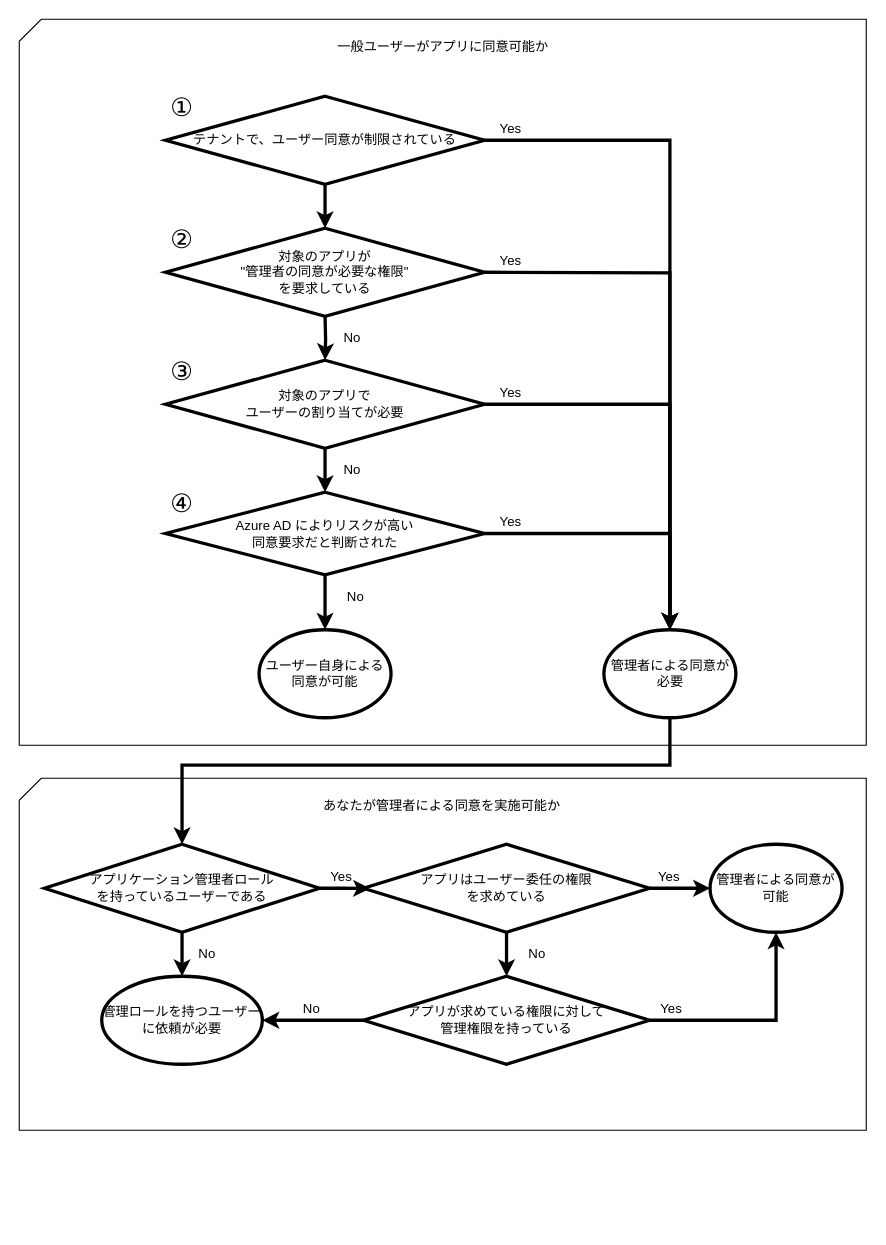
Before: azure-active-directory/azure-ad-consent-framework/troubleshoot.drawio in kayuuji/blog, a draw.io diagram. Source tidied: cells renumbered, new cells numbered last; positions are measured from the earlier drawing's top-left corner, leaving out a move shared by most shapes. Both pictures are drawn from the tidied source at 110%, with x=0, y=0 at pixel (19, 19).
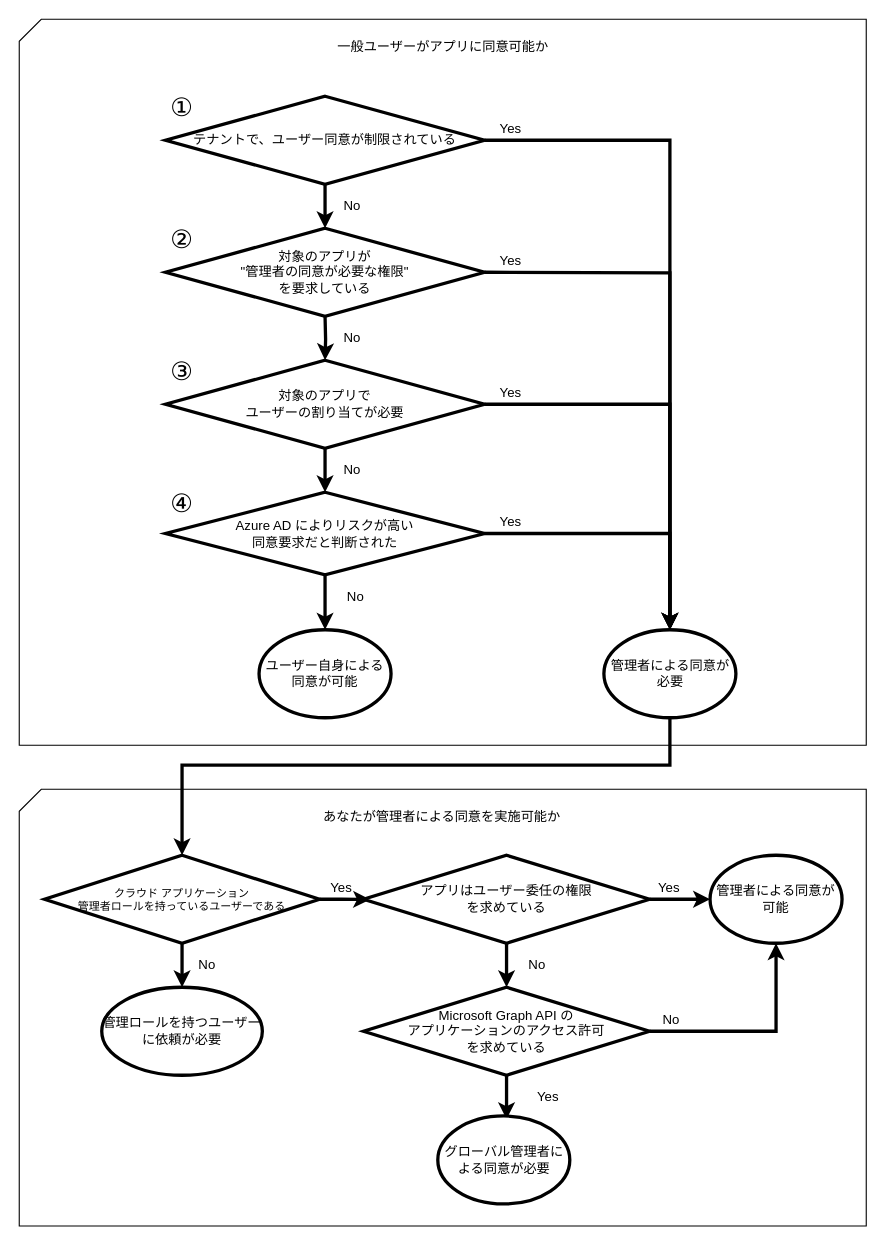
After the change.

Diff of the diagram source:
```diff
@@
     <mxCell id="3" style="verticalLabelPosition=bottom;verticalAlign=top;html=1;shape=card;whiteSpace=wrap;size=20;arcSize=12;fontSize=12;" parent="1" vertex="1">
-      <mxGeometry y="690" width="770" height="320" as="geometry" />
+      <mxGeometry y="700" width="770" height="397" as="geometry" />
     </mxCell>
@@
-    <mxCell id="17" value="アプリケーション管理者ロール&lt;br style=&quot;font-size: 12px&quot;&gt;を持っているユーザーである" style="rhombus;whiteSpace=wrap;html=1;strokeWidth=3;fontStyle=0;fontSize=12;" parent="1" vertex="1">
-      <mxGeometry x="23" y="750" width="250" height="80" as="geometry" />
+    <mxCell id="17" value="クラウド アプリケーション&lt;br&gt;管理者ロールを持っているユーザーである" style="rhombus;whiteSpace=wrap;html=1;strokeWidth=3;fontStyle=0;fontSize=10;" parent="1" vertex="1">
+      <mxGeometry x="23" y="760" width="250" height="80" as="geometry" />
     </mxCell>
     <mxCell id="18" value="管理者による同意が可能" style="ellipse;whiteSpace=wrap;html=1;strokeWidth=3;fontStyle=0;fontSize=12;" parent="1" vertex="1">
-      <mxGeometry x="628" y="750" width="120" height="80" as="geometry" />
+      <mxGeometry x="628" y="760" width="120" height="80" as="geometry" />
     </mxCell>
@@
-    <mxCell id="20" style="edgeStyle=orthogonalEdgeStyle;rounded=0;jettySize=auto;html=1;strokeWidth=3;fontStyle=0;fontSize=12;" parent="1" edge="1" source="21" target="25">
-      <mxGeometry relative="1" as="geometry" />
-    </mxCell>
-    <mxCell id="21" value="アプリが求めている権限に対して&lt;br style=&quot;font-size: 12px;&quot;&gt;管理権限を持っている" style="rhombus;whiteSpace=wrap;html=1;strokeWidth=3;fontStyle=0;fontSize=12;" parent="1" vertex="1">
-      <mxGeometry x="313" y="870" width="260" height="80" as="geometry" />
+    <mxCell id="21" value="Microsoft Graph API の&lt;br&gt;アプリケーションのアクセス許可&lt;br&gt;を求めている" style="rhombus;whiteSpace=wrap;html=1;strokeWidth=3;fontStyle=0;fontSize=12;" parent="1" vertex="1">
+      <mxGeometry x="313" y="880" width="260" height="80" as="geometry" />
     </mxCell>
@@
     <mxCell id="24" value="アプリはユーザー委任の権限&lt;br&gt;を求めている" style="rhombus;whiteSpace=wrap;html=1;strokeWidth=3;fontStyle=0;fontSize=12;" parent="1" vertex="1">
-      <mxGeometry x="313" y="750" width="260" height="80" as="geometry" />
+      <mxGeometry x="313" y="760" width="260" height="80" as="geometry" />
     </mxCell>
     <mxCell id="25" value="管理ロールを持つユーザーに依頼が必要" style="ellipse;whiteSpace=wrap;html=1;strokeWidth=3;fontStyle=0;fontSize=12;" parent="1" vertex="1">
-      <mxGeometry x="75" y="870" width="146" height="80" as="geometry" />
+      <mxGeometry x="75" y="880" width="146" height="80" as="geometry" />
     </mxCell>
     <mxCell id="26" value="Yes" style="text;html=1;strokeColor=none;fillColor=none;align=center;verticalAlign=middle;whiteSpace=wrap;rounded=0;strokeWidth=3;fontStyle=0;fontSize=12;" parent="1" vertex="1">
-      <mxGeometry x="273" y="770" width="40" height="20" as="geometry" />
+      <mxGeometry x="273" y="780" width="40" height="20" as="geometry" />
     </mxCell>
     <mxCell id="27" value="Yes" style="text;html=1;strokeColor=none;fillColor=none;align=center;verticalAlign=middle;whiteSpace=wrap;rounded=0;strokeWidth=3;fontStyle=0;fontSize=12;" parent="1" vertex="1">
-      <mxGeometry x="570.5" y="770" width="40" height="20" as="geometry" />
+      <mxGeometry x="570.5" y="780" width="40" height="20" as="geometry" />
     </mxCell>
     <mxCell id="28" value="No" style="text;html=1;strokeColor=none;fillColor=none;align=center;verticalAlign=middle;whiteSpace=wrap;rounded=0;strokeWidth=3;fontStyle=0;fontSize=12;" parent="1" vertex="1">
-      <mxGeometry x="450.5" y="840" width="40" height="20" as="geometry" />
+      <mxGeometry x="450.5" y="850" width="40" height="20" as="geometry" />
     </mxCell>
-    <mxCell id="29" value="Yes" style="text;html=1;strokeColor=none;fillColor=none;align=center;verticalAlign=middle;whiteSpace=wrap;rounded=0;strokeWidth=3;fontStyle=0;fontSize=12;" parent="1" vertex="1">
-      <mxGeometry x="573" y="890" width="40" height="20" as="geometry" />
+    <mxCell id="29" value="No" style="text;html=1;strokeColor=none;fillColor=none;align=center;verticalAlign=middle;whiteSpace=wrap;rounded=0;strokeWidth=3;fontStyle=0;fontSize=12;" parent="1" vertex="1">
+      <mxGeometry x="573" y="900" width="40" height="20" as="geometry" />
     </mxCell>
-    <mxCell id="30" value="No" style="text;html=1;strokeColor=none;fillColor=none;align=center;verticalAlign=middle;whiteSpace=wrap;rounded=0;strokeWidth=3;fontStyle=0;fontSize=12;" parent="1" vertex="1">
-      <mxGeometry x="245.5" y="890" width="40" height="20" as="geometry" />
-    </mxCell>
     <mxCell id="31" value="No" style="text;html=1;strokeColor=none;fillColor=none;align=center;verticalAlign=middle;whiteSpace=wrap;rounded=0;strokeWidth=3;fontStyle=0;fontSize=12;" parent="1" vertex="1">
-      <mxGeometry x="150.5" y="840" width="40" height="20" as="geometry" />
+      <mxGeometry x="150.5" y="850" width="40" height="20" as="geometry" />
     </mxCell>
@@
     <mxCell id="48" value="あなたが管理者による同意を実施可能か" style="text;html=1;strokeColor=none;fillColor=none;align=center;verticalAlign=middle;whiteSpace=wrap;rounded=0;fontSize=12;" parent="1" vertex="1">
-      <mxGeometry x="236.5" y="690" width="295" height="50" as="geometry" />
+      <mxGeometry x="236.5" y="700" width="295" height="50" as="geometry" />
     </mxCell>
@@
+    <mxCell id="30" value="No" style="text;html=1;strokeColor=none;fillColor=none;align=center;verticalAlign=middle;whiteSpace=wrap;rounded=0;strokeWidth=3;fontStyle=0;fontSize=12;" parent="1" vertex="1">
+      <mxGeometry x="283" y="160" width="40" height="20" as="geometry" />
+    </mxCell>
+    <mxCell id="50" style="edgeStyle=orthogonalEdgeStyle;rounded=0;jettySize=auto;html=1;strokeWidth=3;fontStyle=0;fontSize=12;exitX=0.5;exitY=1;exitDx=0;exitDy=0;entryX=0.5;entryY=0;entryDx=0;entryDy=0;" parent="1" edge="1" source="21">
+      <mxGeometry relative="1" as="geometry">
+        <mxPoint x="443" y="1000" as="targetPoint" />
+      </mxGeometry>
+    </mxCell>
+    <mxCell id="51" value="Yes" style="text;html=1;strokeColor=none;fillColor=none;align=center;verticalAlign=middle;whiteSpace=wrap;rounded=0;strokeWidth=3;fontStyle=0;fontSize=12;" parent="1" vertex="1">
+      <mxGeometry x="460.5" y="970" width="40" height="20" as="geometry" />
+    </mxCell>
+    <mxCell id="52" value="グローバル管理者に&lt;br&gt;よる同意が必要" style="ellipse;whiteSpace=wrap;html=1;strokeWidth=3;fontStyle=0;fontSize=12;" parent="1" vertex="1">
+      <mxGeometry x="380.5" y="997" width="120" height="80" as="geometry" />
+    </mxCell>
```
